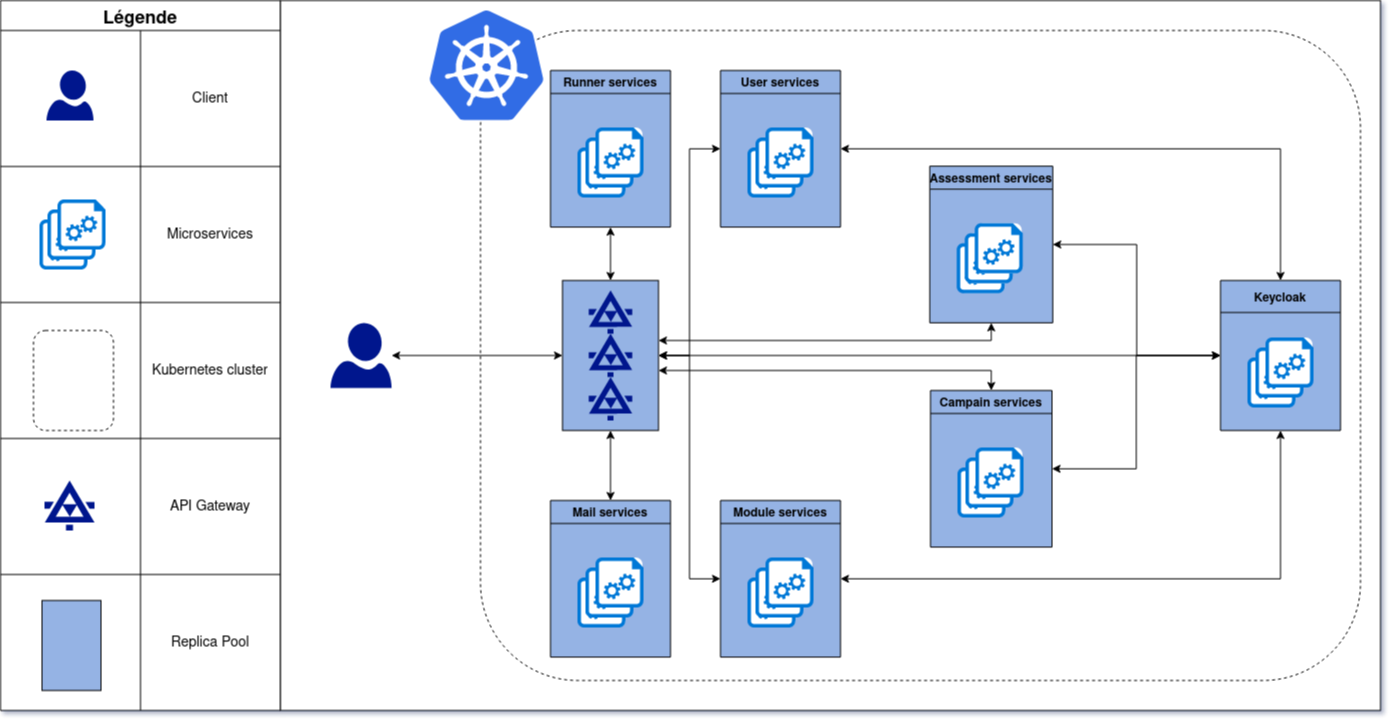
Above: images/q1_architecture.png in WoodenMaiden/rapport_polycode (draw.io), before the change. Source tidied: cells renumbered, new cells last; positions are measured from the earlier drawing's top-left corner, leaving out a move shared by most shapes.
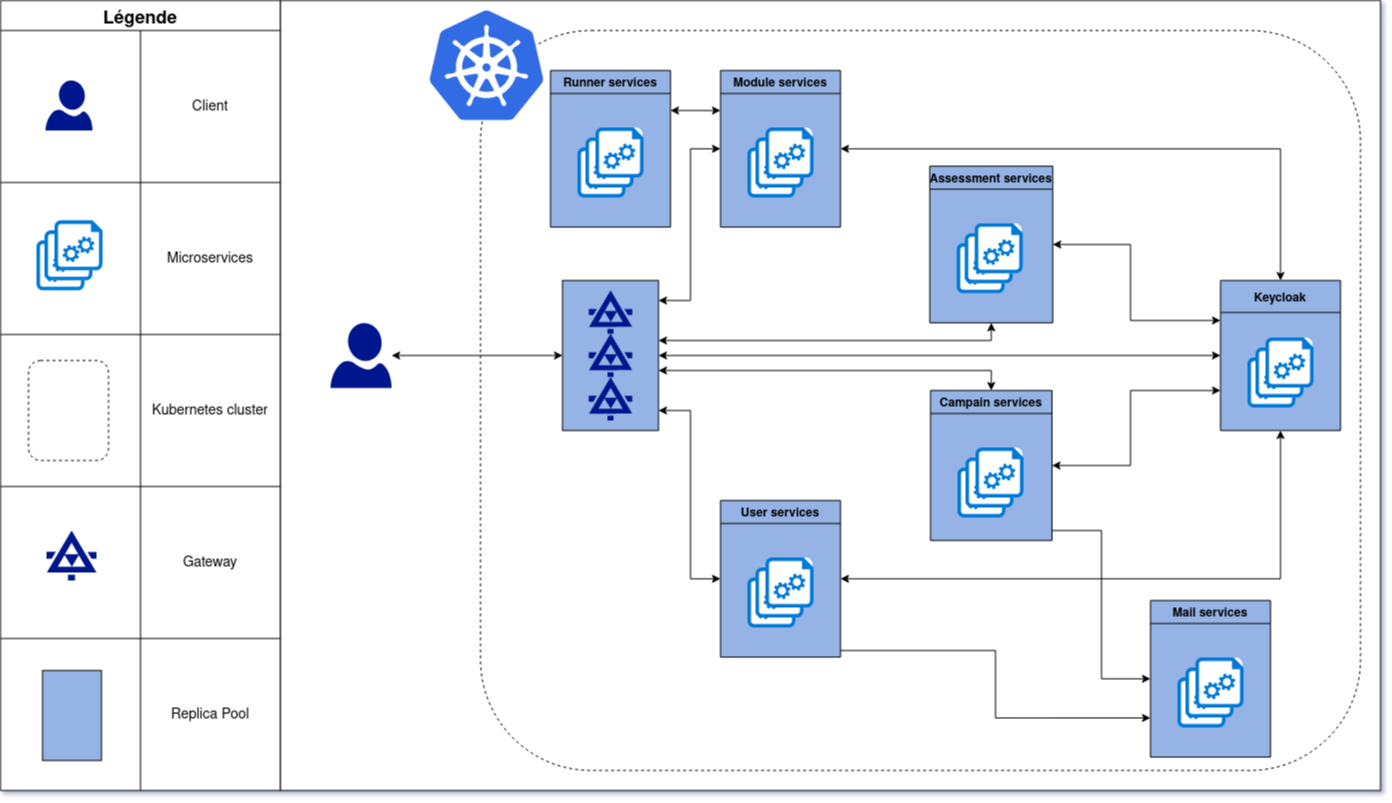
Later version of the same file.

The edit, as a diff of the source:
```diff
@@ -5,54 +5,54 @@
     <mxCell id="2" value="Légende" style="shape=table;startSize=30;fontStyle=1;align=center;fillColor=default;swimlaneFillColor=#FFFFFF;fontSize=18;" parent="1" vertex="1">
-      <mxGeometry width="280" height="710" as="geometry" />
+      <mxGeometry width="280" height="790" as="geometry" />
     </mxCell>
     <mxCell id="3" style="shape=tableRow;horizontal=0;startSize=0;swimlaneHead=0;swimlaneBody=0;top=0;left=0;bottom=0;right=0;fillColor=none;" parent="2" vertex="1">
-      <mxGeometry y="30" width="280" height="136" as="geometry" />
+      <mxGeometry y="30" width="280" height="152" as="geometry" />
     </mxCell>
     <mxCell id="4" style="shape=partialRectangle;html=1;whiteSpace=wrap;fillColor=none;top=0;left=0;bottom=0;right=0;overflow=hidden;" parent="3" vertex="1">
-      <mxGeometry width="140" height="136" as="geometry" />
+      <mxGeometry width="140" height="152" as="geometry" />
     </mxCell>
     <mxCell id="5" value="&lt;div style=&quot;font-size: 14px;&quot;&gt;&lt;font style=&quot;font-size: 14px;&quot;&gt;Client&lt;/font&gt;&lt;/div&gt;" style="shape=partialRectangle;html=1;whiteSpace=wrap;fillColor=none;top=0;left=0;bottom=0;right=0;overflow=hidden;" parent="3" vertex="1">
-      <mxGeometry x="140" width="140" height="136" as="geometry" />
+      <mxGeometry x="140" width="140" height="152" as="geometry" />
     </mxCell>
     <mxCell id="6" style="shape=tableRow;horizontal=0;startSize=0;swimlaneHead=0;swimlaneBody=0;top=0;left=0;bottom=0;right=0;fillColor=none;" parent="2" vertex="1">
-      <mxGeometry y="166" width="280" height="136" as="geometry" />
+      <mxGeometry y="182" width="280" height="152" as="geometry" />
     </mxCell>
     <mxCell id="7" style="shape=partialRectangle;html=1;whiteSpace=wrap;fillColor=none;top=0;left=0;bottom=0;right=0;overflow=hidden;" parent="6" vertex="1">
-      <mxGeometry width="140" height="136" as="geometry" />
+      <mxGeometry width="140" height="152" as="geometry" />
     </mxCell>
     <mxCell id="8" value="&lt;div style=&quot;font-size: 14px;&quot;&gt;&lt;font style=&quot;font-size: 14px;&quot;&gt;Microservices&lt;/font&gt;&lt;/div&gt;" style="shape=partialRectangle;html=1;whiteSpace=wrap;fillColor=none;top=0;left=0;bottom=0;right=0;overflow=hidden;" parent="6" vertex="1">
-      <mxGeometry x="140" width="140" height="136" as="geometry" />
+      <mxGeometry x="140" width="140" height="152" as="geometry" />
     </mxCell>
     <mxCell id="9" style="shape=tableRow;horizontal=0;startSize=0;swimlaneHead=0;swimlaneBody=0;top=0;left=0;bottom=0;right=0;fillColor=none;" parent="2" vertex="1">
-      <mxGeometry y="302" width="280" height="136" as="geometry" />
+      <mxGeometry y="334" width="280" height="152" as="geometry" />
     </mxCell>
     <mxCell id="10" style="shape=partialRectangle;html=1;whiteSpace=wrap;fillColor=none;top=0;left=0;bottom=0;right=0;overflow=hidden;" parent="9" vertex="1">
-      <mxGeometry width="140" height="136" as="geometry" />
+      <mxGeometry width="140" height="152" as="geometry" />
     </mxCell>
     <mxCell id="11" value="&lt;font style=&quot;font-size: 14px;&quot;&gt;Kubernetes cluster&lt;/font&gt;" style="shape=partialRectangle;html=1;whiteSpace=wrap;fillColor=none;top=0;left=0;bottom=0;right=0;overflow=hidden;" parent="9" vertex="1">
-      <mxGeometry x="140" width="140" height="136" as="geometry" />
+      <mxGeometry x="140" width="140" height="152" as="geometry" />
     </mxCell>
     <mxCell id="12" style="shape=tableRow;horizontal=0;startSize=0;swimlaneHead=0;swimlaneBody=0;top=0;left=0;bottom=0;right=0;fillColor=none;" parent="2" vertex="1">
-      <mxGeometry y="438" width="280" height="136" as="geometry" />
+      <mxGeometry y="486" width="280" height="152" as="geometry" />
     </mxCell>
     <mxCell id="13" style="shape=partialRectangle;html=1;whiteSpace=wrap;fillColor=none;top=0;left=0;bottom=0;right=0;overflow=hidden;" parent="12" vertex="1">
-      <mxGeometry width="140" height="136" as="geometry" />
+      <mxGeometry width="140" height="152" as="geometry" />
     </mxCell>
-    <mxCell id="14" value="&lt;font style=&quot;font-size: 14px;&quot;&gt;API Gateway&lt;/font&gt;" style="shape=partialRectangle;html=1;whiteSpace=wrap;fillColor=none;top=0;left=0;bottom=0;right=0;overflow=hidden;" parent="12" vertex="1">
-      <mxGeometry x="140" width="140" height="136" as="geometry" />
+    <mxCell id="14" value="&lt;font style=&quot;font-size: 14px;&quot;&gt;Gateway&lt;/font&gt;" style="shape=partialRectangle;html=1;whiteSpace=wrap;fillColor=none;top=0;left=0;bottom=0;right=0;overflow=hidden;" parent="12" vertex="1">
+      <mxGeometry x="140" width="140" height="152" as="geometry" />
     </mxCell>
     <mxCell id="15" style="shape=tableRow;horizontal=0;startSize=0;swimlaneHead=0;swimlaneBody=0;top=0;left=0;bottom=0;right=0;fillColor=none;" parent="2" vertex="1">
-      <mxGeometry y="574" width="280" height="136" as="geometry" />
+      <mxGeometry y="638" width="280" height="152" as="geometry" />
     </mxCell>
     <mxCell id="16" style="shape=partialRectangle;html=1;whiteSpace=wrap;fillColor=none;top=0;left=0;bottom=0;right=0;overflow=hidden;" parent="15" vertex="1">
-      <mxGeometry width="140" height="136" as="geometry" />
+      <mxGeometry width="140" height="152" as="geometry" />
     </mxCell>
     <mxCell id="17" value="&lt;font style=&quot;font-size: 14px;&quot;&gt;Replica Pool&lt;/font&gt;" style="shape=partialRectangle;html=1;whiteSpace=wrap;fillColor=none;top=0;left=0;bottom=0;right=0;overflow=hidden;" parent="15" vertex="1">
-      <mxGeometry x="140" width="140" height="136" as="geometry" />
+      <mxGeometry x="140" width="140" height="152" as="geometry" />
     </mxCell>
     <mxCell id="18" style="rounded=0;whiteSpace=wrap;html=1;fillColor=default;" parent="1" vertex="1">
-      <mxGeometry x="280" width="1100" height="710" as="geometry" />
+      <mxGeometry x="280" width="1100" height="790" as="geometry" />
     </mxCell>
     <mxCell id="19" style="sketch=0;shadow=0;dashed=0;html=1;strokeColor=none;labelPosition=center;verticalLabelPosition=bottom;verticalAlign=top;align=center;fillColor=#00188D;shape=mxgraph.azure.user;" parent="1" vertex="1">
-      <mxGeometry x="46" y="70" width="47" height="50" as="geometry" />
+      <mxGeometry x="45" y="80" width="47" height="50" as="geometry" />
     </mxCell>
@@ -65,36 +65,43 @@
     <mxCell id="22" style="rounded=1;whiteSpace=wrap;html=1;fillColor=none;dashed=1;" parent="1" vertex="1">
-      <mxGeometry x="480" y="30" width="880" height="650" as="geometry" />
+      <mxGeometry x="480" y="30" width="880" height="740" as="geometry" />
     </mxCell>
     <mxCell id="23" style="rounded=1;whiteSpace=wrap;html=1;fillColor=none;dashed=1;" parent="1" vertex="1">
-      <mxGeometry x="33" y="330" width="80" height="100" as="geometry" />
+      <mxGeometry x="28" y="360" width="80" height="100" as="geometry" />
     </mxCell>
     <mxCell id="24" style="sketch=0;shadow=0;dashed=0;html=1;strokeColor=none;labelPosition=center;verticalLabelPosition=bottom;verticalAlign=top;align=center;fillColor=#00188D;shape=mxgraph.mscae.enterprise.xml_web_service;" parent="1" vertex="1">
-      <mxGeometry x="44" y="480" width="50" height="50" as="geometry" />
+      <mxGeometry x="46" y="530" width="50" height="50" as="geometry" />
     </mxCell>
     <mxCell id="25" style="rounded=1;whiteSpace=wrap;html=1;fillColor=default;gradientColor=none;arcSize=15;strokeColor=none;" parent="1" vertex="1">
-      <mxGeometry x="41" y="219" width="46" height="50" as="geometry" />
+      <mxGeometry x="38" y="239.9" width="46" height="50" as="geometry" />
     </mxCell>
     <mxCell id="26" style="sketch=0;shadow=0;dashed=0;html=1;strokeColor=none;labelPosition=center;verticalLabelPosition=bottom;verticalAlign=top;align=center;shape=mxgraph.azure.startup_task;fillColor=#0078D7;" parent="1" vertex="1">
-      <mxGeometry x="39" y="219" width="48" height="50" as="geometry" />
+      <mxGeometry x="36" y="239.9" width="48" height="50" as="geometry" />
     </mxCell>
     <mxCell id="27" style="rounded=1;whiteSpace=wrap;html=1;fillColor=default;gradientColor=none;arcSize=15;strokeColor=none;" parent="1" vertex="1">
-      <mxGeometry x="48" y="209" width="46" height="50" as="geometry" />
+      <mxGeometry x="45" y="229.9" width="46" height="50" as="geometry" />
     </mxCell>
     <mxCell id="28" style="sketch=0;shadow=0;dashed=0;html=1;strokeColor=none;labelPosition=center;verticalLabelPosition=bottom;verticalAlign=top;align=center;shape=mxgraph.azure.startup_task;fillColor=#0078D7;" parent="1" vertex="1">
-      <mxGeometry x="47" y="209" width="48" height="50" as="geometry" />
+      <mxGeometry x="44" y="229.9" width="48" height="50" as="geometry" />
     </mxCell>
     <mxCell id="29" style="rounded=1;whiteSpace=wrap;html=1;fillColor=default;gradientColor=none;arcSize=15;strokeColor=none;" parent="1" vertex="1">
-      <mxGeometry x="58" y="199" width="46" height="50" as="geometry" />
+      <mxGeometry x="55" y="219.9" width="46" height="50" as="geometry" />
     </mxCell>
     <mxCell id="30" style="sketch=0;shadow=0;dashed=0;html=1;strokeColor=none;labelPosition=center;verticalLabelPosition=bottom;verticalAlign=top;align=center;shape=mxgraph.azure.startup_task;fillColor=#0078D7;" parent="1" vertex="1">
-      <mxGeometry x="57" y="199" width="48" height="50" as="geometry" />
+      <mxGeometry x="54" y="219.9" width="48" height="50" as="geometry" />
     </mxCell>
     <mxCell id="31" style="edgeStyle=orthogonalEdgeStyle;rounded=0;jettySize=auto;html=1;entryX=0;entryY=0.5;entryDx=0;entryDy=0;startArrow=classic;startFill=1;" parent="1" edge="1" source="38" target="59">
-      <mxGeometry relative="1" as="geometry" />
+      <mxGeometry relative="1" as="geometry">
+        <Array as="points">
+          <mxPoint x="690" y="410" />
+          <mxPoint x="690" y="578" />
+        </Array>
+      </mxGeometry>
     </mxCell>
-    <mxCell id="32" style="edgeStyle=orthogonalEdgeStyle;rounded=0;jettySize=auto;html=1;entryX=0.5;entryY=0;entryDx=0;entryDy=0;startArrow=classic;startFill=1;" parent="1" edge="1" source="38" target="74">
-      <mxGeometry relative="1" as="geometry" />
-    </mxCell>
     <mxCell id="33" style="edgeStyle=orthogonalEdgeStyle;rounded=0;jettySize=auto;html=1;entryX=0;entryY=0.5;entryDx=0;entryDy=0;startArrow=classic;startFill=1;" parent="1" edge="1" source="38" target="51">
-      <mxGeometry relative="1" as="geometry" />
+      <mxGeometry relative="1" as="geometry">
+        <Array as="points">
+          <mxPoint x="690" y="300" />
+          <mxPoint x="690" y="148" />
+        </Array>
+      </mxGeometry>
     </mxCell>
@@ -117,5 +124,2 @@
     </mxCell>
-    <mxCell id="37" style="edgeStyle=orthogonalEdgeStyle;rounded=0;jettySize=auto;html=1;entryX=0.5;entryY=1;entryDx=0;entryDy=0;startArrow=classic;startFill=1;" parent="1" edge="1" source="38" target="90">
-      <mxGeometry relative="1" as="geometry" />
-    </mxCell>
     <mxCell id="38" style="rounded=0;whiteSpace=wrap;html=1;fillColor=#95B3E4;" parent="1" vertex="1">
@@ -127,3 +131,3 @@
     <mxCell id="40" style="rounded=0;whiteSpace=wrap;html=1;fillColor=#95B3E4;" parent="1" vertex="1">
-      <mxGeometry x="41.5" y="600" width="59" height="90" as="geometry" />
+      <mxGeometry x="42" y="670" width="59" height="90" as="geometry" />
     </mxCell>
@@ -159,3 +163,3 @@
     </mxCell>
-    <mxCell id="51" value="User services" style="swimlane;fillColor=#95B3E4;swimlaneFillColor=#95B3E4;" parent="1" vertex="1">
+    <mxCell id="51" value="Module services" style="swimlane;fillColor=#95B3E4;swimlaneFillColor=#95B3E4;" parent="1" vertex="1">
       <mxGeometry x="720" y="70" width="120" height="156.6" as="geometry" />
@@ -183,3 +187,11 @@
     </mxCell>
+    <mxCell id="97" style="edgeStyle=orthogonalEdgeStyle;rounded=0;jettySize=auto;html=1;entryX=0;entryY=0.75;entryDx=0;entryDy=0;" parent="1" edge="1" source="59" target="74">
+      <mxGeometry relative="1" as="geometry">
+        <Array as="points">
+          <mxPoint x="995" y="650" />
+          <mxPoint x="995" y="718" />
+        </Array>
+      </mxGeometry>
+    </mxCell>
-    <mxCell id="59" value="Module services" style="swimlane;fillColor=#95B3E4;swimlaneFillColor=#95B3E4;" parent="1" vertex="1">
+    <mxCell id="59" value="User services" style="swimlane;fillColor=#95B3E4;swimlaneFillColor=#95B3E4;" parent="1" vertex="1">
       <mxGeometry x="720" y="500" width="120" height="156.6" as="geometry" />
@@ -204,4 +216,11 @@
     </mxCell>
-    <mxCell id="66" style="edgeStyle=orthogonalEdgeStyle;rounded=0;jettySize=auto;html=1;entryX=0;entryY=0.5;entryDx=0;entryDy=0;startArrow=classic;startFill=1;" parent="1" edge="1" source="67" target="43">
-      <mxGeometry relative="1" as="geometry" />
+    <mxCell id="66" style="edgeStyle=orthogonalEdgeStyle;rounded=0;jettySize=auto;html=1;startArrow=classic;startFill=1;" parent="1" edge="1" source="67">
+      <mxGeometry relative="1" as="geometry">
+        <mxPoint x="1220" y="320" as="targetPoint" />
+        <Array as="points">
+          <mxPoint x="1130" y="244" />
+          <mxPoint x="1130" y="320" />
+          <mxPoint x="1220" y="320" />
+        </Array>
+      </mxGeometry>
     </mxCell>
@@ -228,28 +247,22 @@
     </mxCell>
-    <mxCell id="74" value="Mail services" style="swimlane;fillColor=#95B3E4;swimlaneFillColor=#95B3E4;" parent="1" vertex="1">
-      <mxGeometry x="550" y="500" width="120" height="156.6" as="geometry" />
-    </mxCell>
-    <mxCell id="75" style="rounded=1;whiteSpace=wrap;html=1;fillColor=default;gradientColor=none;arcSize=15;strokeColor=none;" parent="74" vertex="1">
-      <mxGeometry x="29" y="77" width="46" height="50" as="geometry" />
-    </mxCell>
-    <mxCell id="76" style="sketch=0;shadow=0;dashed=0;html=1;strokeColor=none;labelPosition=center;verticalLabelPosition=bottom;verticalAlign=top;align=center;shape=mxgraph.azure.startup_task;fillColor=#0078D7;" parent="74" vertex="1">
-      <mxGeometry x="27" y="77" width="48" height="50" as="geometry" />
-    </mxCell>
-    <mxCell id="77" style="rounded=1;whiteSpace=wrap;html=1;fillColor=default;gradientColor=none;arcSize=15;strokeColor=none;" parent="74" vertex="1">
-      <mxGeometry x="36" y="67" width="46" height="50" as="geometry" />
-    </mxCell>
-    <mxCell id="78" style="sketch=0;shadow=0;dashed=0;html=1;strokeColor=none;labelPosition=center;verticalLabelPosition=bottom;verticalAlign=top;align=center;shape=mxgraph.azure.startup_task;fillColor=#0078D7;" parent="74" vertex="1">
-      <mxGeometry x="35" y="67" width="48" height="50" as="geometry" />
-    </mxCell>
-    <mxCell id="79" style="rounded=1;whiteSpace=wrap;html=1;fillColor=default;gradientColor=none;arcSize=15;strokeColor=none;" parent="74" vertex="1">
-      <mxGeometry x="46" y="57" width="46" height="50" as="geometry" />
-    </mxCell>
-    <mxCell id="80" style="sketch=0;shadow=0;dashed=0;html=1;strokeColor=none;labelPosition=center;verticalLabelPosition=bottom;verticalAlign=top;align=center;shape=mxgraph.azure.startup_task;fillColor=#0078D7;" parent="74" vertex="1">
-      <mxGeometry x="45" y="57" width="48" height="50" as="geometry" />
-    </mxCell>
-    <mxCell id="81" style="edgeStyle=orthogonalEdgeStyle;rounded=0;jettySize=auto;html=1;entryX=0;entryY=0.5;entryDx=0;entryDy=0;startArrow=classic;startFill=1;" parent="1" edge="1" source="82" target="43">
-      <mxGeometry relative="1" as="geometry" />
+    <mxCell id="81" style="edgeStyle=orthogonalEdgeStyle;rounded=0;jettySize=auto;html=1;startArrow=classic;startFill=1;" parent="1" edge="1" source="82">
+      <mxGeometry relative="1" as="geometry">
+        <mxPoint x="1220" y="390" as="targetPoint" />
+        <Array as="points">
+          <mxPoint x="1130" y="465" />
+          <mxPoint x="1130" y="390" />
+          <mxPoint x="1220" y="390" />
+        </Array>
+      </mxGeometry>
     </mxCell>
+    <mxCell id="98" style="edgeStyle=orthogonalEdgeStyle;rounded=0;jettySize=auto;html=1;entryX=0;entryY=0.5;entryDx=0;entryDy=0;" parent="1" edge="1" source="82" target="74">
+      <mxGeometry relative="1" as="geometry">
+        <Array as="points">
+          <mxPoint x="1101" y="530" />
+          <mxPoint x="1101" y="678" />
+        </Array>
+      </mxGeometry>
+    </mxCell>
     <mxCell id="82" value="Campain services" style="swimlane;fillColor=#95B3E4;swimlaneFillColor=#95B3E4;" parent="1" vertex="1">
-      <mxGeometry x="930" y="390" width="121.5" height="156.6" as="geometry" />
+      <mxGeometry x="930" y="390" width="121.5" height="150" as="geometry" />
     </mxCell>
@@ -276,2 +289,10 @@
     </mxCell>
+    <mxCell id="99" style="edgeStyle=orthogonalEdgeStyle;rounded=0;jettySize=auto;html=1;startArrow=classic;startFill=1;" parent="1" edge="1" source="90">
+      <mxGeometry relative="1" as="geometry">
+        <mxPoint x="720" y="110" as="targetPoint" />
+        <Array as="points">
+          <mxPoint x="720" y="110" />
+        </Array>
+      </mxGeometry>
+    </mxCell>
     <mxCell id="90" value="Runner services" style="swimlane;fillColor=#95B3E4;swimlaneFillColor=#95B3E4;" parent="1" vertex="1">
@@ -297,2 +318,23 @@
     </mxCell>
+    <mxCell id="74" value="Mail services" style="swimlane;fillColor=#95B3E4;swimlaneFillColor=#95B3E4;" parent="1" vertex="1">
+      <mxGeometry x="1150" y="600" width="120" height="156.6" as="geometry" />
+    </mxCell>
+    <mxCell id="75" style="rounded=1;whiteSpace=wrap;html=1;fillColor=default;gradientColor=none;arcSize=15;strokeColor=none;" parent="74" vertex="1">
+      <mxGeometry x="29" y="77" width="46" height="50" as="geometry" />
+    </mxCell>
+    <mxCell id="76" style="sketch=0;shadow=0;dashed=0;html=1;strokeColor=none;labelPosition=center;verticalLabelPosition=bottom;verticalAlign=top;align=center;shape=mxgraph.azure.startup_task;fillColor=#0078D7;" parent="74" vertex="1">
+      <mxGeometry x="27" y="77" width="48" height="50" as="geometry" />
+    </mxCell>
+    <mxCell id="77" style="rounded=1;whiteSpace=wrap;html=1;fillColor=default;gradientColor=none;arcSize=15;strokeColor=none;" parent="74" vertex="1">
+      <mxGeometry x="36" y="67" width="46" height="50" as="geometry" />
+    </mxCell>
+    <mxCell id="78" style="sketch=0;shadow=0;dashed=0;html=1;strokeColor=none;labelPosition=center;verticalLabelPosition=bottom;verticalAlign=top;align=center;shape=mxgraph.azure.startup_task;fillColor=#0078D7;" parent="74" vertex="1">
+      <mxGeometry x="35" y="67" width="48" height="50" as="geometry" />
+    </mxCell>
+    <mxCell id="79" style="rounded=1;whiteSpace=wrap;html=1;fillColor=default;gradientColor=none;arcSize=15;strokeColor=none;" parent="74" vertex="1">
+      <mxGeometry x="46" y="57" width="46" height="50" as="geometry" />
+    </mxCell>
+    <mxCell id="80" style="sketch=0;shadow=0;dashed=0;html=1;strokeColor=none;labelPosition=center;verticalLabelPosition=bottom;verticalAlign=top;align=center;shape=mxgraph.azure.startup_task;fillColor=#0078D7;" parent="74" vertex="1">
+      <mxGeometry x="45" y="57" width="48" height="50" as="geometry" />
+    </mxCell>
   </root>
```
